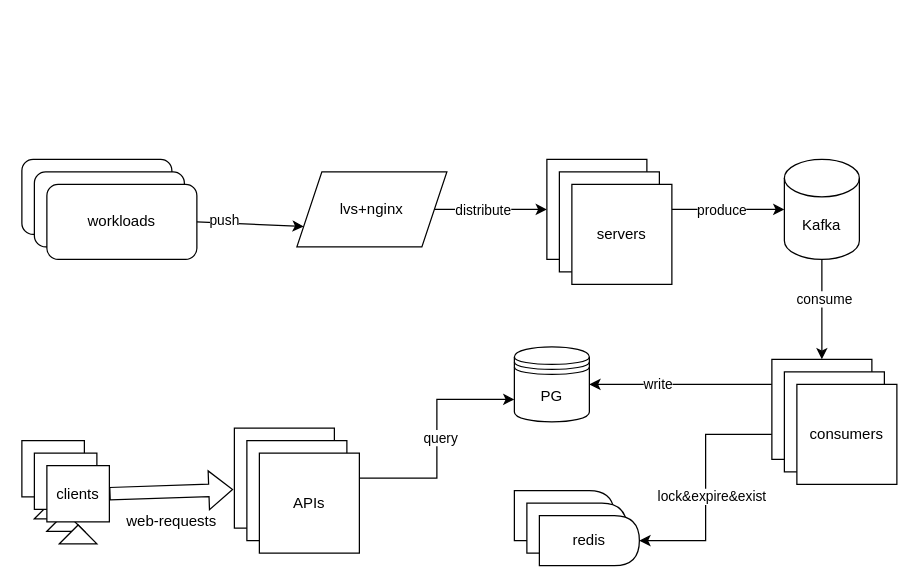
Above: projects_in_action/self_monitoring/self-monitor.drawio in xcxinng/xcxinng (draw.io), before the change. Source tidied: cells renumbered, new cells numbered last; positions are measured from the earlier drawing's top-left corner, leaving out a move shared by most shapes. Both pictures are drawn from the tidied source at 125%, with x=0, y=0 at pixel (21, 159).
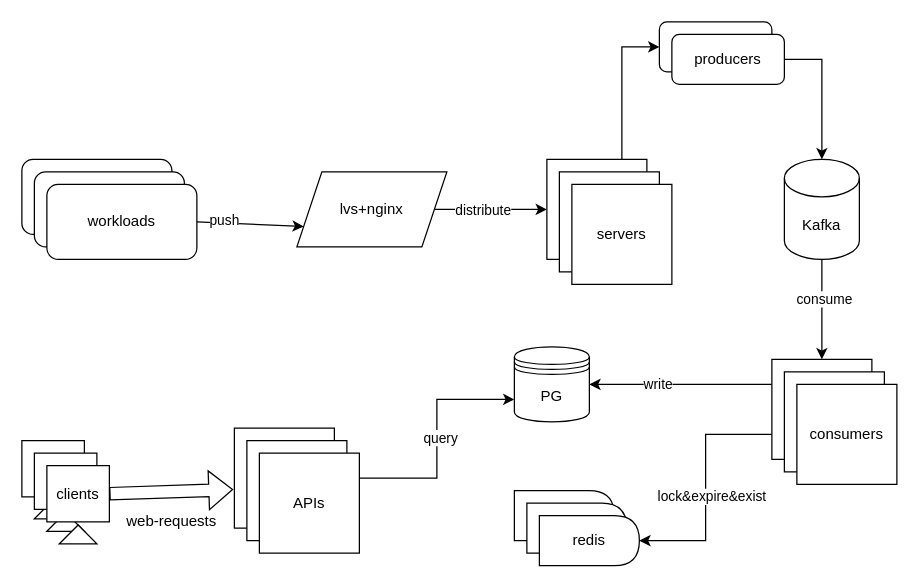
Above is the later version.

Unchanged cells that the change refers to:
```xml
<mxCell id="8" style="whiteSpace=wrap;html=1;" parent="1" vertex="1">
  <mxGeometry x="420" width="80" height="80" as="geometry" />
</mxCell>
<mxCell id="12" value="servers" style="whiteSpace=wrap;html=1;" parent="1" vertex="1">
  <mxGeometry x="440" y="20" width="80" height="80" as="geometry" />
</mxCell>
<mxCell id="15" value="Kafka" style="shape=cylinder3;whiteSpace=wrap;html=1;boundedLbl=1;backgroundOutline=1;size=15;" parent="1" vertex="1">
  <mxGeometry x="610" width="60" height="80" as="geometry" />
</mxCell>
```

The edit, as a diff of the source:
```diff
@@
+    <mxCell id="42" style="edgeStyle=orthogonalEdgeStyle;rounded=0;jettySize=auto;html=1;exitX=0.75;exitY=0;exitDx=0;exitDy=0;entryX=0;entryY=0.5;entryDx=0;entryDy=0;" parent="1" edge="1" source="8" target="43">
+      <mxGeometry relative="1" as="geometry" />
+    </mxCell>
@@
-    <mxCell id="10" style="edgeStyle=orthogonalEdgeStyle;rounded=0;jettySize=auto;html=1;exitX=1;exitY=0.25;exitDx=0;exitDy=0;" parent="1" edge="1" source="12" target="15">
-      <mxGeometry relative="1" as="geometry" />
-    </mxCell>
-    <mxCell id="11" value="produce" style="edgeLabel;html=1;align=center;verticalAlign=middle;" parent="10" vertex="1">
-      <mxGeometry x="-0.13" relative="1" as="geometry" />
-    </mxCell>
@@
+    <mxCell id="43" style="rounded=1;whiteSpace=wrap;html=1;" parent="1" vertex="1">
+      <mxGeometry x="510" y="-110" width="90" height="40" as="geometry" />
+    </mxCell>
+    <mxCell id="44" style="edgeStyle=orthogonalEdgeStyle;rounded=0;jettySize=auto;html=1;exitX=1;exitY=0.5;exitDx=0;exitDy=0;entryX=0.5;entryY=0;entryDx=0;entryDy=0;entryPerimeter=0;" parent="1" edge="1" source="45" target="15">
+      <mxGeometry relative="1" as="geometry" />
+    </mxCell>
+    <mxCell id="45" value="producers" style="rounded=1;whiteSpace=wrap;html=1;" parent="1" vertex="1">
+      <mxGeometry x="520" y="-100" width="90" height="40" as="geometry" />
+    </mxCell>
```
